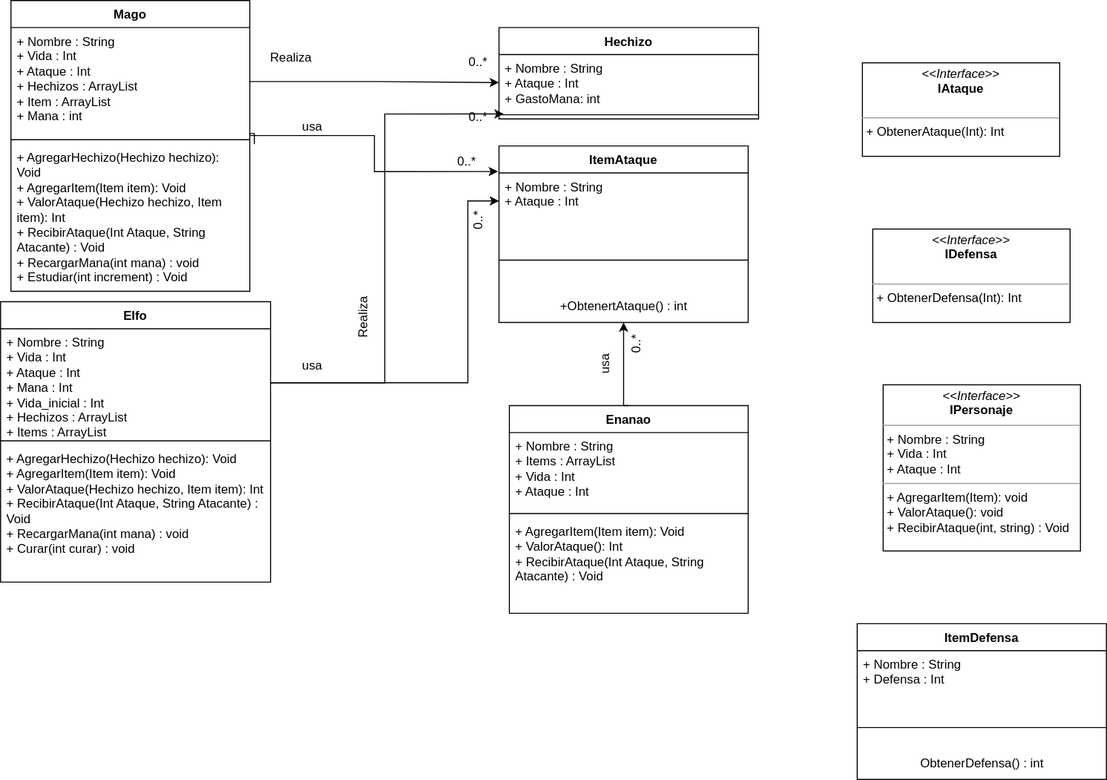
This is src/Library/diagrama de clases RolePlayGame.svg from ThiagoAGarcia/RoleplayGame, a draw.io export, as it was before one commit. Source tidied: cells renumbered, new cells last; positions are measured from the earlier drawing's top-left corner, leaving out a move shared by most shapes.
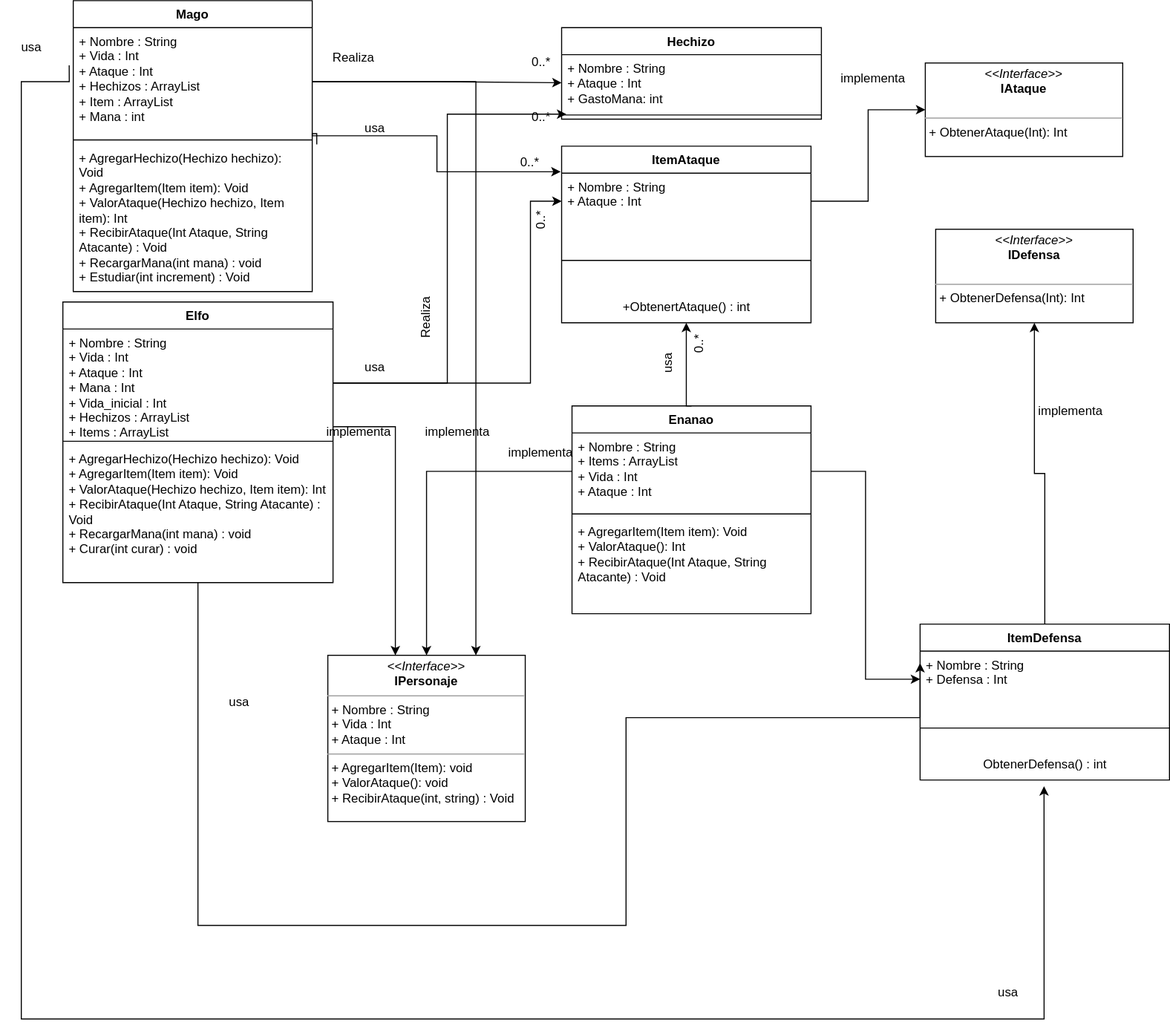
The same file after the commit.

The edit, as a diff of the source:
```diff
@@ -141,8 +141,11 @@
       <mxGeometry x="840" y="220" width="190" height="90" as="geometry" />
     </mxCell>
     <mxCell id="38" value="&lt;p style=&quot;margin:0px;margin-top:4px;text-align:center;&quot;&gt;&lt;i&gt;&amp;lt;&amp;lt;Interface&amp;gt;&amp;gt;&lt;/i&gt;&lt;br&gt;&lt;b&gt;IPersonaje&lt;/b&gt;&lt;/p&gt;&lt;hr size=&quot;1&quot;&gt;&lt;p style=&quot;margin:0px;margin-left:4px;&quot;&gt;+ Nombre : String&lt;/p&gt;&lt;p style=&quot;margin:0px;margin-left:4px;&quot;&gt;+ Vida : Int&lt;/p&gt;&lt;p style=&quot;margin:0px;margin-left:4px;&quot;&gt;+ Ataque : Int&lt;/p&gt;&lt;hr size=&quot;1&quot;&gt;&lt;p style=&quot;margin:0px;margin-left:4px;&quot;&gt;+ AgregarItem(Item): void&lt;br&gt;+ ValorAtaque(): void&lt;/p&gt;&lt;p style=&quot;margin:0px;margin-left:4px;&quot;&gt;+ RecibirAtaque(int, string) : Void&lt;/p&gt;" style="verticalAlign=top;align=left;overflow=fill;fontSize=12;fontFamily=Helvetica;html=1;whiteSpace=wrap;" parent="1" vertex="1">
-      <mxGeometry x="850" y="370" width="190" height="160" as="geometry" />
+      <mxGeometry x="255" y="630" width="190" height="160" as="geometry" />
     </mxCell>
+    <mxCell id="43" style="edgeStyle=orthogonalEdgeStyle;rounded=0;jettySize=auto;html=1;entryX=0.5;entryY=1;entryDx=0;entryDy=0;" parent="1" edge="1" source="39" target="37">
+      <mxGeometry relative="1" as="geometry" />
+    </mxCell>
     <mxCell id="39" value="ItemDefensa" style="swimlane;fontStyle=1;align=center;verticalAlign=top;horizontal=1;startSize=26;whiteSpace=wrap;html=1;" parent="1" vertex="1">
       <mxGeometry x="825" y="600" width="240" height="150" as="geometry" />
     </mxCell>
@@ -155,5 +158,69 @@
     <mxCell id="42" value="ObtenerDefensa() : int" style="text;html=1;align=center;verticalAlign=middle;points=[];strokeColor=none;fillColor=none;" parent="39" vertex="1">
       <mxGeometry y="120" width="240" height="30" as="geometry" />
     </mxCell>
+    <mxCell id="44" style="edgeStyle=orthogonalEdgeStyle;rounded=0;jettySize=auto;html=1;entryX=0.5;entryY=0;entryDx=0;entryDy=0;" parent="1" edge="1" source="14" target="38">
+      <mxGeometry relative="1" as="geometry" />
+    </mxCell>
+    <mxCell id="45" style="edgeStyle=orthogonalEdgeStyle;rounded=0;jettySize=auto;html=1;" parent="1" edge="1" source="19" target="38">
+      <mxGeometry relative="1" as="geometry">
+        <Array as="points">
+          <mxPoint x="320" y="410" />
+        </Array>
+      </mxGeometry>
+    </mxCell>
+    <mxCell id="46" style="edgeStyle=orthogonalEdgeStyle;rounded=0;jettySize=auto;html=1;entryX=0.75;entryY=0;entryDx=0;entryDy=0;" parent="1" edge="1" source="3" target="38">
+      <mxGeometry relative="1" as="geometry" />
+    </mxCell>
+    <mxCell id="47" value="implementa" style="text;html=1;strokeColor=none;fillColor=none;align=center;verticalAlign=middle;whiteSpace=wrap;rounded=0;" parent="1" vertex="1">
+      <mxGeometry x="255" y="400" width="60" height="30" as="geometry" />
+    </mxCell>
+    <mxCell id="48" value="implementa" style="text;html=1;strokeColor=none;fillColor=none;align=center;verticalAlign=middle;whiteSpace=wrap;rounded=0;" parent="1" vertex="1">
+      <mxGeometry x="430" y="420" width="60" height="30" as="geometry" />
+    </mxCell>
+    <mxCell id="49" value="implementa" style="text;html=1;strokeColor=none;fillColor=none;align=center;verticalAlign=middle;whiteSpace=wrap;rounded=0;" parent="1" vertex="1">
+      <mxGeometry x="350" y="400" width="60" height="30" as="geometry" />
+    </mxCell>
+    <mxCell id="50" style="edgeStyle=orthogonalEdgeStyle;rounded=0;jettySize=auto;html=1;entryX=0;entryY=0.5;entryDx=0;entryDy=0;" parent="1" edge="1" source="10" target="36">
+      <mxGeometry relative="1" as="geometry" />
+    </mxCell>
+    <mxCell id="51" style="edgeStyle=orthogonalEdgeStyle;rounded=0;jettySize=auto;html=1;entryX=0;entryY=0.5;entryDx=0;entryDy=0;" parent="1" edge="1" source="14" target="40">
+      <mxGeometry relative="1" as="geometry" />
+    </mxCell>
+    <mxCell id="52" style="edgeStyle=orthogonalEdgeStyle;rounded=0;jettySize=auto;html=1;entryX=0;entryY=0.25;entryDx=0;entryDy=0;" parent="1" edge="1" target="39">
+      <mxGeometry relative="1" as="geometry">
+        <mxPoint x="130" y="560" as="sourcePoint" />
+        <Array as="points">
+          <mxPoint x="130" y="890" />
+          <mxPoint x="542" y="890" />
+          <mxPoint x="542" y="690" />
+          <mxPoint x="825" y="690" />
+        </Array>
+      </mxGeometry>
+    </mxCell>
+    <mxCell id="53" style="edgeStyle=orthogonalEdgeStyle;rounded=0;jettySize=auto;html=1;entryX=0.497;entryY=1.2;entryDx=0;entryDy=0;entryPerimeter=0;exitX=-0.017;exitY=0.349;exitDx=0;exitDy=0;exitPerimeter=0;" parent="1" edge="1" source="3" target="42">
+      <mxGeometry relative="1" as="geometry">
+        <Array as="points">
+          <mxPoint x="6" y="78" />
+          <mxPoint x="-40" y="78" />
+          <mxPoint x="-40" y="980" />
+          <mxPoint x="944" y="980" />
+        </Array>
+      </mxGeometry>
+    </mxCell>
+    <mxCell id="54" value="usa" style="text;html=1;strokeColor=none;fillColor=none;align=center;verticalAlign=middle;whiteSpace=wrap;rounded=0;" parent="1" vertex="1">
+      <mxGeometry x="-60" y="30" width="60" height="30" as="geometry" />
+    </mxCell>
+    <mxCell id="55" value="usa" style="text;html=1;strokeColor=none;fillColor=none;align=center;verticalAlign=middle;whiteSpace=wrap;rounded=0;" parent="1" vertex="1">
+      <mxGeometry x="140" y="660" width="60" height="30" as="geometry" />
+    </mxCell>
+    <mxCell id="56" value="usa" style="text;html=1;strokeColor=none;fillColor=none;align=center;verticalAlign=middle;whiteSpace=wrap;rounded=0;" parent="1" vertex="1">
+      <mxGeometry x="880" y="940" width="60" height="30" as="geometry" />
+    </mxCell>
+    <mxCell id="57" value="implementa" style="text;html=1;strokeColor=none;fillColor=none;align=center;verticalAlign=middle;whiteSpace=wrap;rounded=0;" parent="1" vertex="1">
+      <mxGeometry x="940" y="380" width="60" height="30" as="geometry" />
+    </mxCell>
+    <mxCell id="58" value="implementa" style="text;html=1;strokeColor=none;fillColor=none;align=center;verticalAlign=middle;whiteSpace=wrap;rounded=0;" parent="1" vertex="1">
+      <mxGeometry x="750" y="60" width="60" height="30" as="geometry" />
+    </mxCell>
   </root>
 </mxGraphModel>
```
